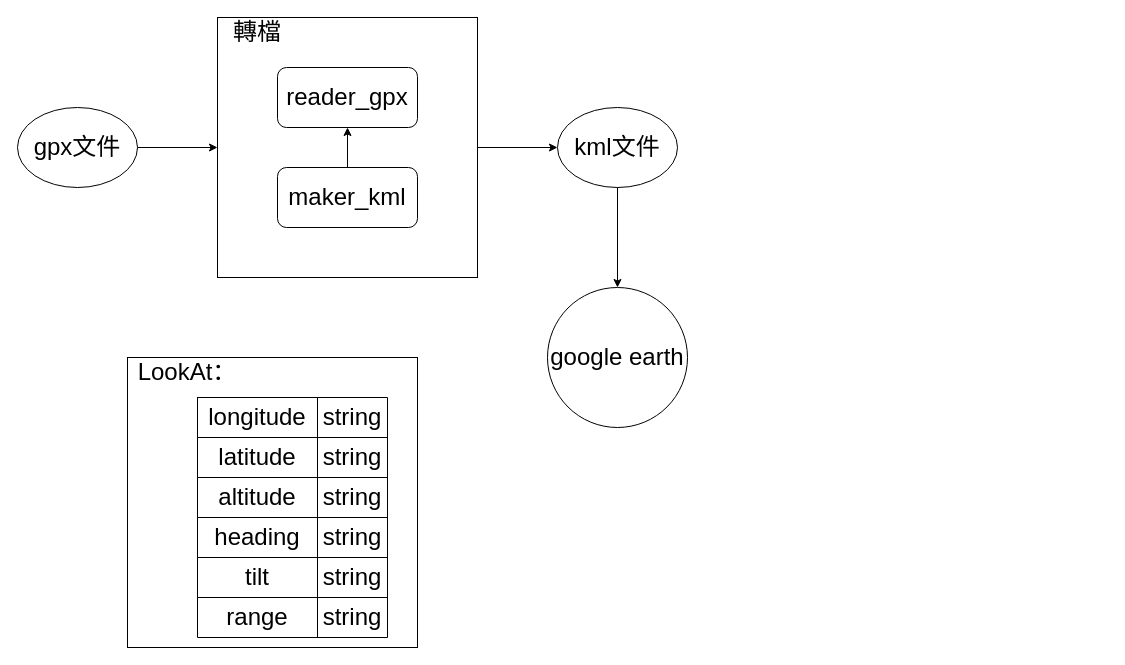
This is 3d展示.drawio from pengzhen80/PigeonRace, a draw.io file, before an edit. Source tidied: cells renumbered, new cells numbered last; positions are measured from the earlier drawing's top-left corner, leaving out a move shared by most shapes. Both pictures are drawn from the tidied source at 100%, with x=0, y=0 at pixel (17, 17).
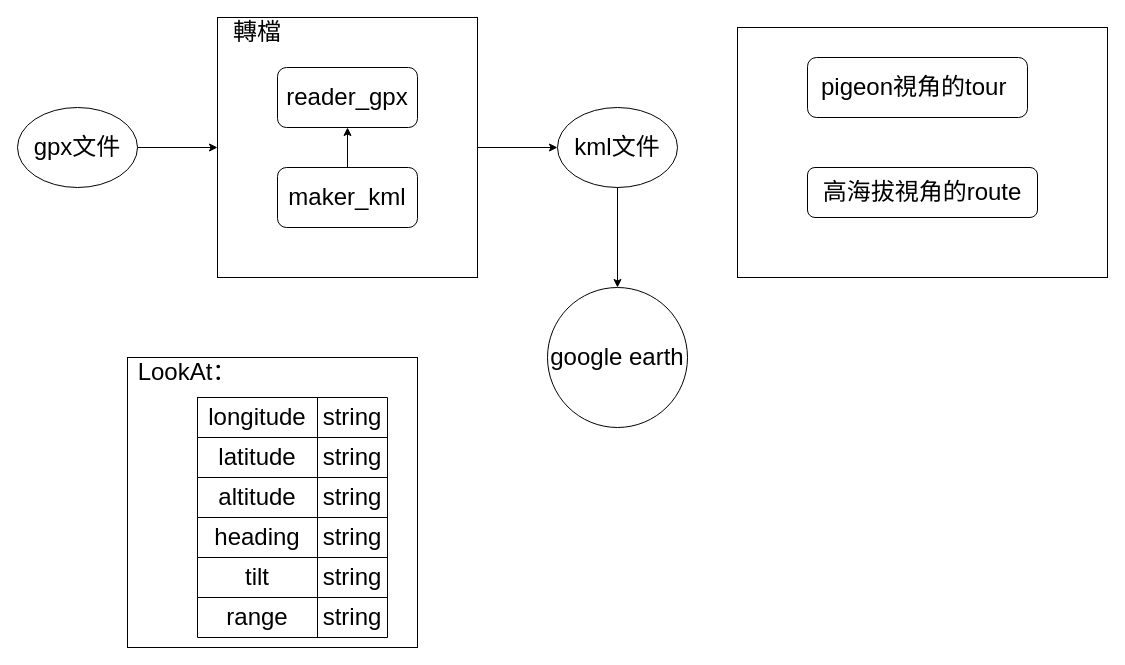
The same diagram, later.

Diff of the diagram source:
```diff
@@
+    <mxCell id="34" style="rounded=0;whiteSpace=wrap;html=1;fontSize=24;" parent="1" vertex="1">
+      <mxGeometry x="720" y="10" width="370" height="250" as="geometry" />
+    </mxCell>
+    <mxCell id="35" value="pigeon視角的tour&amp;nbsp;" style="rounded=1;whiteSpace=wrap;html=1;fontSize=24;" parent="1" vertex="1">
+      <mxGeometry x="790" y="40" width="220" height="60" as="geometry" />
+    </mxCell>
+    <mxCell id="36" value="高海拔視角的route" style="rounded=1;whiteSpace=wrap;html=1;fontSize=24;" parent="1" vertex="1">
+      <mxGeometry x="790" y="150" width="230" height="50" as="geometry" />
+    </mxCell>
```
